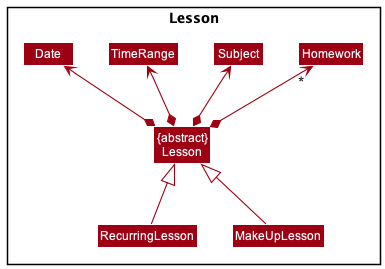
nus-cs2103-AY2122S1/tp keeps this PlantUML diagram as docs/images/LessonClassDiagram.png. Above is the earlier version. Source of this version:
```plantuml
@startuml
!include style.puml
skinparam arrowThickness 1.1
skinparam arrowColor MODEL_COLOR
skinparam classBackgroundColor MODEL_COLOR

package "Lesson" {
    Class "{abstract}\nLesson" as Lesson
    Class RecurringLesson
    Class MakeUpLesson
    Class Date
    Class TimeRange
    Class Subject
    Class Homework
}

Lesson *-up-> Date
Lesson *-up-> TimeRange
Lesson *-up-> Subject
Lesson *-up-> "*" Homework

Homework -[hidden]left-> Subject
Subject -[hidden]left-> TimeRange
TimeRange -[hidden]left-> Date

Lesson <|-down- RecurringLesson
Lesson <|-down- MakeUpLesson

@enduml
```
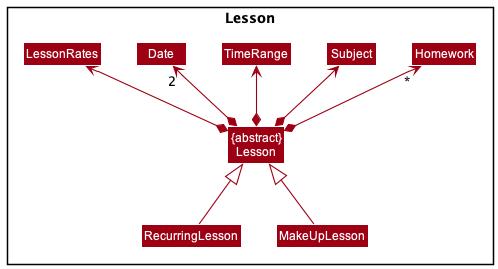
After the change.

The edit, as a diff of the source:
```diff
@@ -12,11 +12,13 @@
     Class TimeRange
     Class Subject
     Class Homework
+    Class LessonRates
 }
 
-Lesson *-up-> Date
+Lesson *-up-> "2" Date
 Lesson *-up-> TimeRange
 Lesson *-up-> Subject
+Lesson *-up-> LessonRates
 Lesson *-up-> "*" Homework
 
 Homework -[hidden]left-> Subject
```
